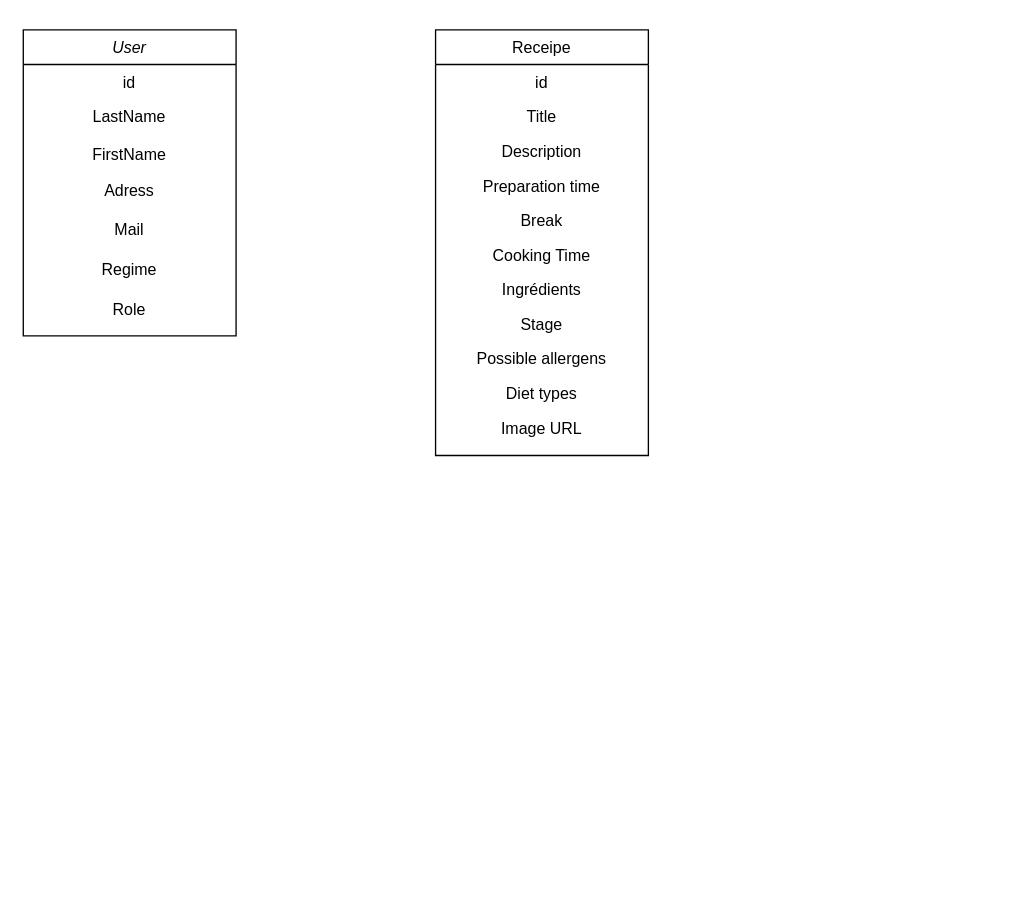
Earlier version of the draw.io diagram Diagramme sans nom.drawio (RaptorZ501/ECF-Entrainement). Source tidied: cells renumbered, new cells numbered last; positions are measured from the earlier drawing's top-left corner, leaving out a move shared by most shapes. Both pictures are drawn from the tidied source at 133%, with x=0, y=0 at pixel (23, 29).
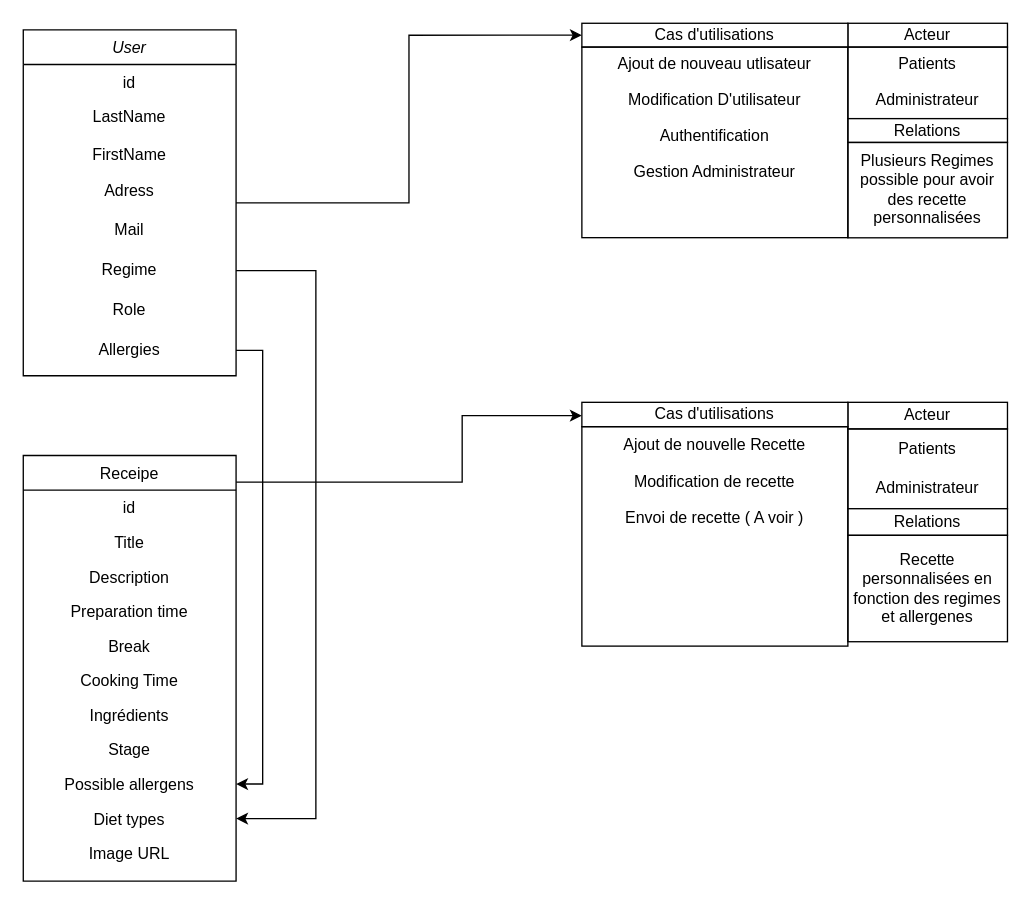
The same diagram, later.

Commit message:
Mettre à jour Diagramme.drawio

Unchanged cells that the change refers to:
```xml
<mxCell id="8" value="Regime" style="text;html=1;strokeColor=none;fillColor=none;align=center;verticalAlign=middle;whiteSpace=wrap;rounded=0;" parent="2" vertex="1">
  <mxGeometry y="166" width="160" height="30" as="geometry" />
</mxCell>
<mxCell id="19" value="Possible allergens" style="text;align=center;verticalAlign=top;spacingLeft=4;spacingRight=4;overflow=hidden;points=[[0,0.5],[1,0.5]];portConstraint=eastwest;" parent="10" vertex="1">
  <mxGeometry y="234" width="160" height="26" as="geometry" />
</mxCell>
<mxCell id="20" value="Diet types" style="text;align=center;verticalAlign=top;spacingLeft=4;spacingRight=4;overflow=hidden;points=[[0,0.5],[1,0.5]];portConstraint=eastwest;" parent="10" vertex="1">
  <mxGeometry y="260" width="160" height="26" as="geometry" />
</mxCell>
```

Change to the diagram source:
```diff
@@
+    <mxCell id="22" style="edgeStyle=orthogonalEdgeStyle;rounded=0;jettySize=auto;html=1;entryX=0;entryY=0.5;entryDx=0;entryDy=0;" parent="1" edge="1" source="2" target="39">
+      <mxGeometry relative="1" as="geometry" />
+    </mxCell>
     <mxCell id="2" value="User" style="swimlane;fontStyle=2;align=center;verticalAlign=top;horizontal=1;startSize=26;rounded=0;shadow=0;strokeWidth=1;" parent="1" vertex="1">
-      <mxGeometry width="160" height="230" as="geometry" />
+      <mxGeometry width="160" height="260" as="geometry" />
     </mxCell>
@@
+    <mxCell id="23" value="Allergies" style="text;html=1;strokeColor=none;fillColor=none;align=center;verticalAlign=middle;whiteSpace=wrap;rounded=0;" parent="2" vertex="1">
+      <mxGeometry y="226" width="160" height="30" as="geometry" />
+    </mxCell>
+    <mxCell id="24" style="edgeStyle=orthogonalEdgeStyle;rounded=0;jettySize=auto;html=1;" parent="1" edge="1" source="10" target="52">
+      <mxGeometry relative="1" as="geometry">
+        <Array as="points">
+          <mxPoint x="330" y="340" />
+          <mxPoint x="330" y="290" />
+        </Array>
+      </mxGeometry>
+    </mxCell>
     <mxCell id="10" value="Receipe" style="swimlane;fontStyle=0;align=center;verticalAlign=top;horizontal=1;startSize=26;rounded=0;shadow=0;strokeWidth=1;" parent="1" vertex="1">
-      <mxGeometry x="310" width="160" height="320" as="geometry" />
+      <mxGeometry y="320" width="160" height="320" as="geometry" />
     </mxCell>
@@
+    <mxCell id="25" style="edgeStyle=orthogonalEdgeStyle;rounded=0;jettySize=auto;html=1;" parent="1" edge="1" source="8" target="20">
+      <mxGeometry relative="1" as="geometry">
+        <Array as="points">
+          <mxPoint x="220" y="181" />
+          <mxPoint x="220" y="593" />
+        </Array>
+      </mxGeometry>
+    </mxCell>
+    <mxCell id="26" style="group;" parent="1" vertex="1">
+      <mxGeometry x="420" y="-5" width="320" height="215" as="geometry" />
+    </mxCell>
+    <mxCell id="27" value="Ajout de nouveau utlisateur" style="text;html=1;strokeColor=none;fillColor=none;align=center;verticalAlign=middle;whiteSpace=wrap;rounded=0;" parent="26" vertex="1">
+      <mxGeometry y="17.9" width="200" height="26.9" as="geometry" />
+    </mxCell>
+    <mxCell id="28" value="Modification D'utilisateur" style="text;html=1;strokeColor=none;fillColor=none;align=center;verticalAlign=middle;whiteSpace=wrap;rounded=0;" parent="26" vertex="1">
+      <mxGeometry y="44.8" width="200" height="26.9" as="geometry" />
+    </mxCell>
+    <mxCell id="29" value="Authentification" style="text;html=1;strokeColor=none;fillColor=none;align=center;verticalAlign=middle;whiteSpace=wrap;rounded=0;" parent="26" vertex="1">
+      <mxGeometry y="71.7" width="200" height="26.9" as="geometry" />
+    </mxCell>
+    <mxCell id="30" value="Gestion Administrateur" style="text;html=1;strokeColor=none;fillColor=none;align=center;verticalAlign=middle;whiteSpace=wrap;rounded=0;" parent="26" vertex="1">
+      <mxGeometry y="98.5" width="200" height="26.9" as="geometry" />
+    </mxCell>
+    <mxCell id="31" value="Acteur" style="rounded=0;whiteSpace=wrap;html=1;" parent="26" vertex="1">
+      <mxGeometry x="200" width="120" height="17.9" as="geometry" />
+    </mxCell>
+    <mxCell id="32" style="rounded=0;whiteSpace=wrap;html=1;fillColor=none;" parent="26" vertex="1">
+      <mxGeometry x="200" y="17.9" width="120" height="53.8" as="geometry" />
+    </mxCell>
+    <mxCell id="33" value="Patients" style="text;html=1;strokeColor=none;fillColor=none;align=center;verticalAlign=middle;whiteSpace=wrap;rounded=0;" parent="26" vertex="1">
+      <mxGeometry x="200" y="17.9" width="120" height="26.9" as="geometry" />
+    </mxCell>
+    <mxCell id="34" value="Administrateur" style="text;html=1;strokeColor=none;fillColor=none;align=center;verticalAlign=middle;whiteSpace=wrap;rounded=0;" parent="26" vertex="1">
+      <mxGeometry x="200" y="44.8" width="120" height="26.9" as="geometry" />
+    </mxCell>
+    <mxCell id="35" value="Relations" style="rounded=0;whiteSpace=wrap;html=1;" parent="26" vertex="1">
+      <mxGeometry x="200" y="71.7" width="120" height="17.9" as="geometry" />
+    </mxCell>
+    <mxCell id="36" style="rounded=0;whiteSpace=wrap;html=1;fillColor=none;" parent="26" vertex="1">
+      <mxGeometry x="200" y="89.6" width="120" height="71.7" as="geometry" />
+    </mxCell>
+    <mxCell id="37" value="Plusieurs Regimes possible pour avoir des recette personnalisées" style="text;html=1;strokeColor=none;fillColor=none;align=center;verticalAlign=middle;whiteSpace=wrap;rounded=0;" parent="26" vertex="1">
+      <mxGeometry x="200" y="89.6" width="120" height="71.7" as="geometry" />
+    </mxCell>
+    <mxCell id="38" style="group;" parent="26" vertex="1">
+      <mxGeometry width="200" height="215" as="geometry" />
+    </mxCell>
+    <mxCell id="39" value="Cas d'utilisations" style="rounded=0;whiteSpace=wrap;html=1;" parent="38" vertex="1">
+      <mxGeometry width="200" height="17.9" as="geometry" />
+    </mxCell>
+    <mxCell id="40" style="rounded=0;whiteSpace=wrap;html=1;fillColor=none;" parent="38" vertex="1">
+      <mxGeometry y="17.9" width="200" height="143.3" as="geometry" />
+    </mxCell>
+    <mxCell id="41" style="edgeStyle=orthogonalEdgeStyle;rounded=0;orthogonalLoop=1;jettySize=auto;html=1;exitX=0.5;exitY=1;exitDx=0;exitDy=0;" parent="38" edge="1" source="40" target="40">
+      <mxGeometry relative="1" as="geometry" />
+    </mxCell>
+    <mxCell id="42" style="edgeStyle=orthogonalEdgeStyle;rounded=0;jettySize=auto;html=1;" parent="1" edge="1" source="23" target="19">
+      <mxGeometry relative="1" as="geometry">
+        <Array as="points">
+          <mxPoint x="180" y="241" />
+          <mxPoint x="180" y="567" />
+        </Array>
+      </mxGeometry>
+    </mxCell>
+    <mxCell id="43" value="Acteur" style="rounded=0;whiteSpace=wrap;html=1;" parent="1" vertex="1">
+      <mxGeometry x="620" y="280" width="120" height="20" as="geometry" />
+    </mxCell>
+    <mxCell id="44" style="rounded=0;whiteSpace=wrap;html=1;fillColor=none;" parent="1" vertex="1">
+      <mxGeometry x="620" y="300" width="120" height="60" as="geometry" />
+    </mxCell>
+    <mxCell id="45" value="Patients" style="text;html=1;strokeColor=none;fillColor=none;align=center;verticalAlign=middle;whiteSpace=wrap;rounded=0;" parent="1" vertex="1">
+      <mxGeometry x="620" y="300" width="120" height="30" as="geometry" />
+    </mxCell>
+    <mxCell id="46" value="Administrateur" style="text;html=1;strokeColor=none;fillColor=none;align=center;verticalAlign=middle;whiteSpace=wrap;rounded=0;" parent="1" vertex="1">
+      <mxGeometry x="620" y="330" width="120" height="30" as="geometry" />
+    </mxCell>
+    <mxCell id="47" value="Relations" style="rounded=0;whiteSpace=wrap;html=1;" parent="1" vertex="1">
+      <mxGeometry x="620" y="360" width="120" height="20" as="geometry" />
+    </mxCell>
+    <mxCell id="48" style="rounded=0;whiteSpace=wrap;html=1;fillColor=none;" parent="1" vertex="1">
+      <mxGeometry x="620" y="380" width="120" height="80" as="geometry" />
+    </mxCell>
+    <mxCell id="49" value="Recette personnalisées en fonction des regimes et allergenes" style="text;html=1;strokeColor=none;fillColor=none;align=center;verticalAlign=middle;whiteSpace=wrap;rounded=0;" parent="1" vertex="1">
+      <mxGeometry x="620" y="380" width="120" height="80" as="geometry" />
+    </mxCell>
+    <mxCell id="50" style="group;" parent="1" vertex="1">
+      <mxGeometry x="420" y="280" width="200" height="220" as="geometry" />
+    </mxCell>
+    <mxCell id="51" style="group;" parent="50" vertex="1">
+      <mxGeometry width="200" height="220" as="geometry" />
+    </mxCell>
+    <mxCell id="52" value="Cas d'utilisations" style="rounded=0;whiteSpace=wrap;html=1;" parent="51" vertex="1">
+      <mxGeometry width="200" height="18.3" as="geometry" />
+    </mxCell>
+    <mxCell id="53" value="&lt;span style=&quot;white-space: pre;&quot;&gt;&#9;&lt;/span&gt;&lt;span style=&quot;white-space: pre;&quot;&gt;&#9;&lt;/span&gt;" style="rounded=0;whiteSpace=wrap;html=1;fillColor=none;strokeColor=default;glass=0;" parent="51" vertex="1">
+      <mxGeometry y="18.3" width="200" height="165" as="geometry" />
+    </mxCell>
+    <mxCell id="54" value="Ajout de nouvelle Recette" style="text;html=1;strokeColor=none;fillColor=none;align=center;verticalAlign=middle;whiteSpace=wrap;rounded=0;" parent="51" vertex="1">
+      <mxGeometry y="18.3" width="200" height="27.5" as="geometry" />
+    </mxCell>
+    <mxCell id="55" value="Modification de recette" style="text;html=1;strokeColor=none;fillColor=none;align=center;verticalAlign=middle;whiteSpace=wrap;rounded=0;" parent="51" vertex="1">
+      <mxGeometry y="45.8" width="200" height="27.5" as="geometry" />
+    </mxCell>
+    <mxCell id="56" value="Envoi de recette ( A voir )" style="text;html=1;strokeColor=none;fillColor=none;align=center;verticalAlign=middle;whiteSpace=wrap;rounded=0;" parent="51" vertex="1">
+      <mxGeometry y="73.3" width="200" height="27.5" as="geometry" />
+    </mxCell>
```
